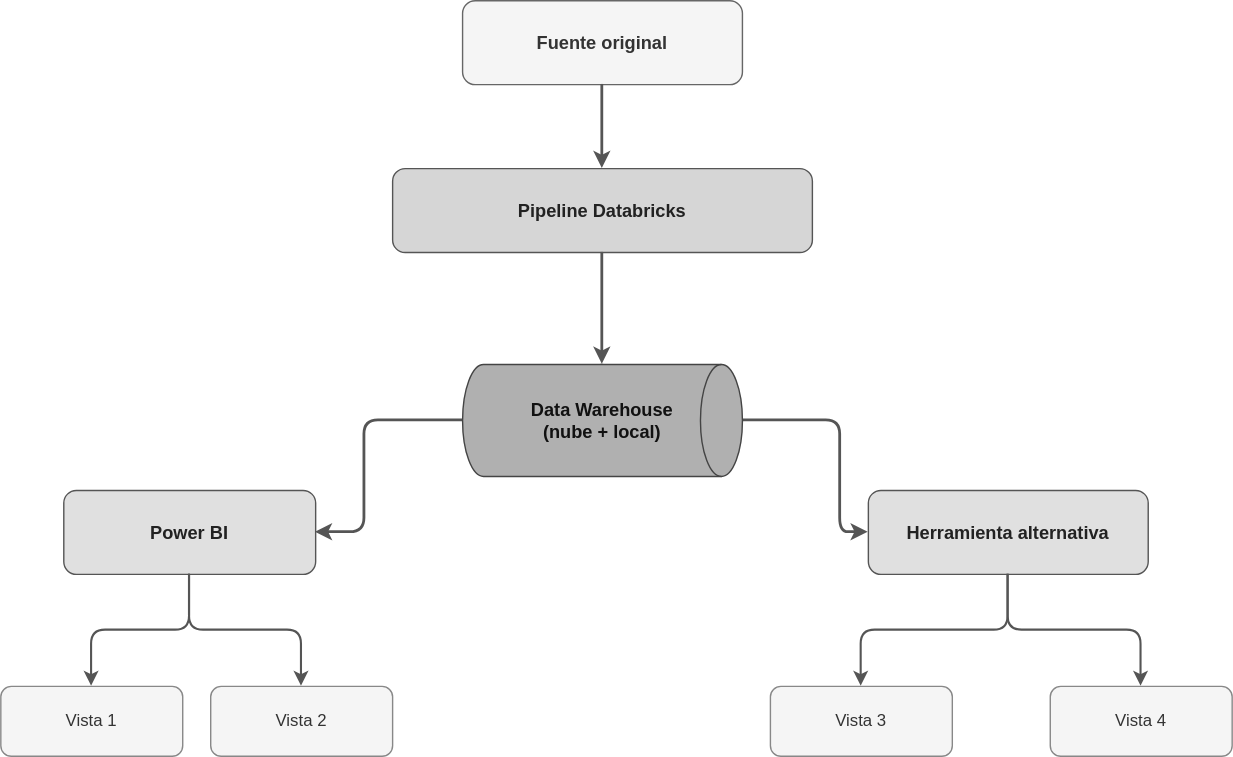
The draw.io diagram docs/images/pipeline_datos.drawio.svg in betebetoven2/semi2-mortalidad, before a commit. Source tidied: cells renumbered, new cells last; positions are measured from the earlier drawing's top-left corner, leaving out a move shared by most shapes.
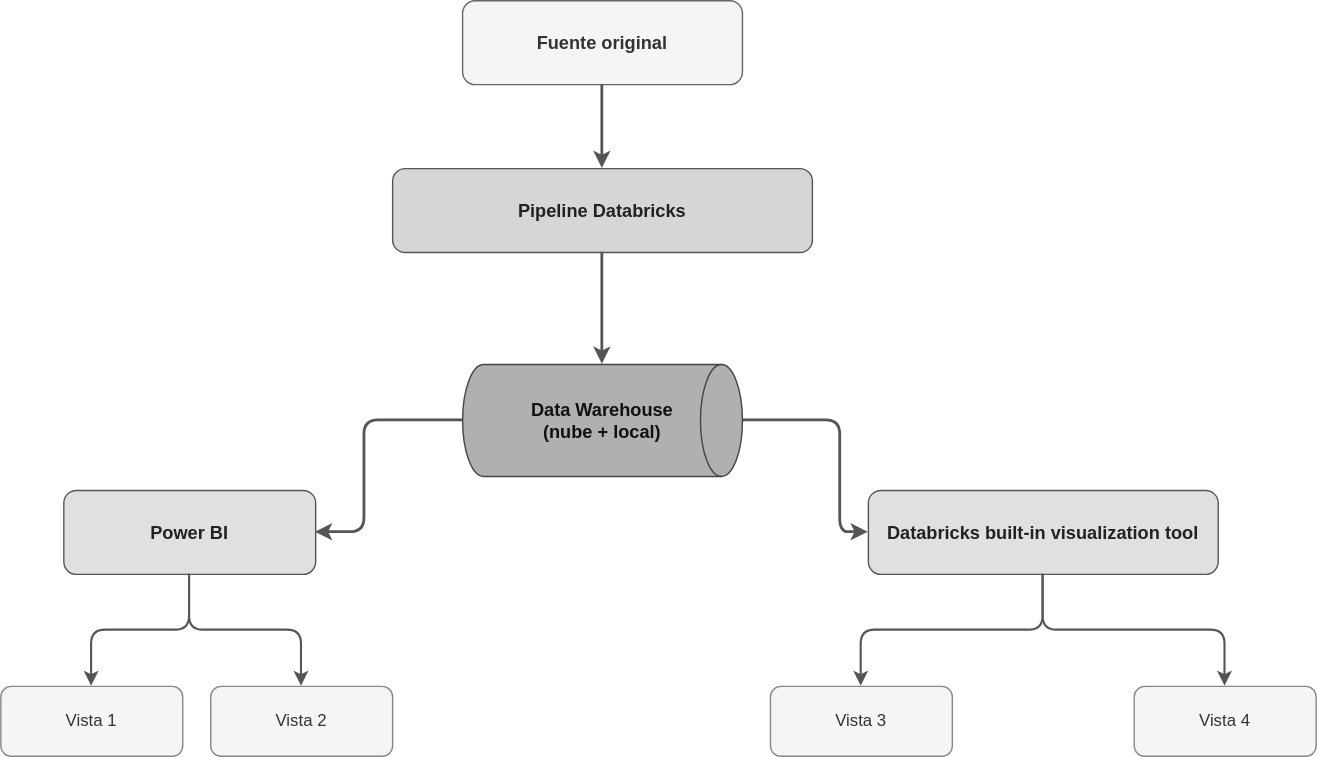
After the change.

What changed in the source:
```diff
@@ -33,8 +33,8 @@
         </Array>
       </mxGeometry>
     </mxCell>
-    <mxCell id="9" value="Herramienta alternativa" style="rounded=1;whiteSpace=wrap;html=1;fillColor=#e0e0e0;strokeColor=#555555;fontColor=#222222;fontStyle=1;fontSize=13;" parent="1" vertex="1">
-      <mxGeometry x="620" y="350" width="200" height="60" as="geometry" />
+    <mxCell id="9" value="Databricks built-in visualization tool" style="rounded=1;whiteSpace=wrap;html=1;fillColor=#e0e0e0;strokeColor=#555555;fontColor=#222222;fontStyle=1;fontSize=13;" parent="1" vertex="1">
+      <mxGeometry x="620" y="350" width="250" height="60" as="geometry" />
     </mxCell>
     <mxCell id="10" style="edgeStyle=orthogonalEdgeStyle;strokeColor=#555555;strokeWidth=1.5;" parent="1" edge="1" source="7" target="11">
       <mxGeometry relative="1" as="geometry" />
@@ -58,7 +58,7 @@
       <mxGeometry relative="1" as="geometry" />
     </mxCell>
     <mxCell id="17" value="Vista 4" style="rounded=1;whiteSpace=wrap;html=1;fillColor=#f5f5f5;strokeColor=#888888;fontColor=#333333;fontSize=12;" parent="1" vertex="1">
-      <mxGeometry x="750" y="490" width="130" height="50" as="geometry" />
+      <mxGeometry x="810" y="490" width="130" height="50" as="geometry" />
     </mxCell>
     <mxCell id="18" value="Data Warehouse&#10;(nube + local)" style="shape=cylinder3;whiteSpace=wrap;html=1;fillColor=#b0b0b0;strokeColor=#444444;fontColor=#111111;fontStyle=1;fontSize=13;direction=south;" parent="1" vertex="1">
       <mxGeometry x="330" y="260" width="200" height="80" as="geometry" />
```
